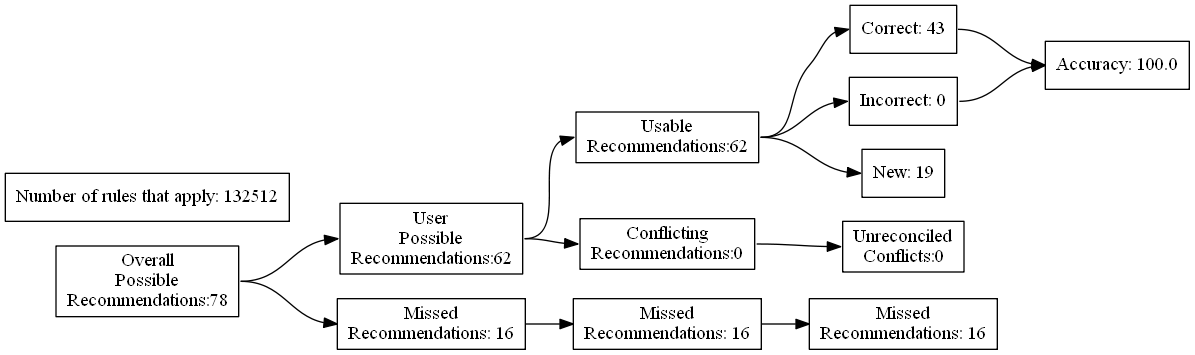
ZaxR/ibd_diet_analysis keeps this Graphviz diagram as test_renders/43.gv.png. Above is the earlier version. Its source is kept beside it as test_renders/43.gv. Its diagram source:
```dot
digraph {
	graph [rankdir=LR]
	node [pos=r shape=box]
	edge [headport=w tailport=e]
		A [label="Overall
Possible
Recommendations:78"]
		B [label="User
Possible
Recommendations:62"]
		C [label="Missed
Recommendations: 16"]
		D [label="Usable
Recommendations:62"]
		E [label="Conflicting
Recommendations:0"]
		J [label="Missed
Recommendations: 16"]
		M [label="Unreconciled
Conflicts:0"]
		F [label="Correct: 43"]
		G [label="Incorrect: 0"]
		H [label="New: 19"]
		K [label="Missed
Recommendations: 16"]
		I [label="Accuracy: 100.0"]
		l [label="Number of rules that apply: 132512"]
			A -> B
			A -> C
			B -> D
			B -> E
			D -> F
			D -> G
			D -> H
			F -> I
			G -> I
			C -> J
			J -> K
			E -> M
}
```
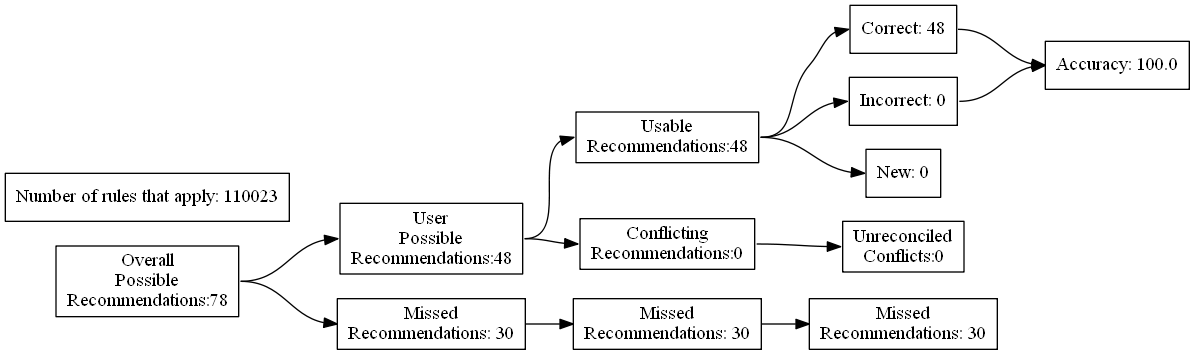
After the change.

Diff of the diagram source:
```diff
@@ -7,24 +7,24 @@
 Recommendations:78"]
 		B [label="User
 Possible
-Recommendations:62"]
+Recommendations:48"]
 		C [label="Missed
-Recommendations: 16"]
+Recommendations: 30"]
 		D [label="Usable
-Recommendations:62"]
+Recommendations:48"]
 		E [label="Conflicting
 Recommendations:0"]
 		J [label="Missed
-Recommendations: 16"]
+Recommendations: 30"]
 		M [label="Unreconciled
 Conflicts:0"]
-		F [label="Correct: 43"]
+		F [label="Correct: 48"]
 		G [label="Incorrect: 0"]
-		H [label="New: 19"]
+		H [label="New: 0"]
 		K [label="Missed
-Recommendations: 16"]
+Recommendations: 30"]
 		I [label="Accuracy: 100.0"]
-		l [label="Number of rules that apply: 132512"]
+		l [label="Number of rules that apply: 110023"]
 			A -> B
 			A -> C
 			B -> D
```
